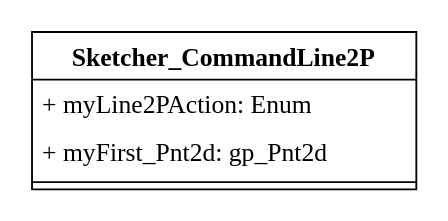
Above: 直线.drawio in liuhuliuhu123/First-test (draw.io), before the change. Source tidied: cells renumbered, new cells numbered last; positions are measured from the earlier drawing's top-left corner, leaving out a move shared by most shapes. Both pictures are drawn from the tidied source at 183%, with x=0, y=0 at pixel (31, 31).
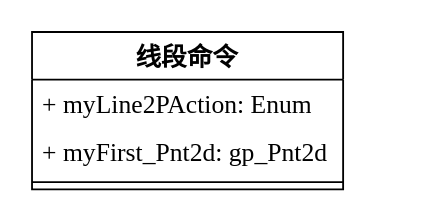
Above is the later version.

The edit, as a diff of the source:
```diff
@@
 <mxGraphModel>
   <root>
     <mxCell id="0" />
     <mxCell id="1" parent="0" />
-    <mxCell id="2" value="&lt;font style=&quot;font-size: 14px;&quot; face=&quot;Times New Roman&quot;&gt;Sketcher_CommandLine2P&lt;/font&gt;" style="swimlane;fontStyle=1;align=center;verticalAlign=top;horizontal=1;startSize=26;whiteSpace=wrap;html=1;" parent="1" vertex="1">
-      <mxGeometry width="210" height="86" as="geometry" />
+    <mxCell id="2" value="&lt;font face=&quot;Times New Roman&quot;&gt;&lt;span style=&quot;font-size: 14px;&quot;&gt;线段命令&lt;/span&gt;&lt;/font&gt;" style="swimlane;fontStyle=1;align=center;verticalAlign=top;horizontal=1;startSize=26;whiteSpace=wrap;html=1;" parent="1" vertex="1">
+      <mxGeometry width="170" height="86" as="geometry" />
     </mxCell>
     <mxCell id="3" value="&lt;font style=&quot;font-size: 14px;&quot; face=&quot;Times New Roman&quot;&gt;+ myLine2PAction: Enum&lt;/font&gt;" style="text;strokeColor=none;fillColor=none;align=left;verticalAlign=top;spacingLeft=4;spacingRight=4;overflow=hidden;whiteSpace=wrap;html=1;" parent="2" vertex="1">
-      <mxGeometry y="26" width="210" height="26" as="geometry" />
+      <mxGeometry y="26" width="170" height="26" as="geometry" />
     </mxCell>
     <mxCell id="4" value="&lt;font style=&quot;font-size: 14px;&quot; face=&quot;Times New Roman&quot;&gt;+ myFirst_Pnt2d: gp_Pnt2d&lt;/font&gt;" style="text;strokeColor=none;fillColor=none;align=left;verticalAlign=top;spacingLeft=4;spacingRight=4;overflow=hidden;whiteSpace=wrap;html=1;" parent="2" vertex="1">
-      <mxGeometry y="52" width="210" height="26" as="geometry" />
+      <mxGeometry y="52" width="170" height="26" as="geometry" />
     </mxCell>
     <mxCell id="5" style="line;strokeWidth=1;fillColor=none;align=left;verticalAlign=middle;spacingTop=-1;spacingLeft=3;spacingRight=3;labelPosition=right;strokeColor=inherit;" parent="2" vertex="1">
-      <mxGeometry y="78" width="210" height="8" as="geometry" />
+      <mxGeometry y="78" width="170" height="8" as="geometry" />
     </mxCell>
   </root>
 </mxGraphModel>
```
